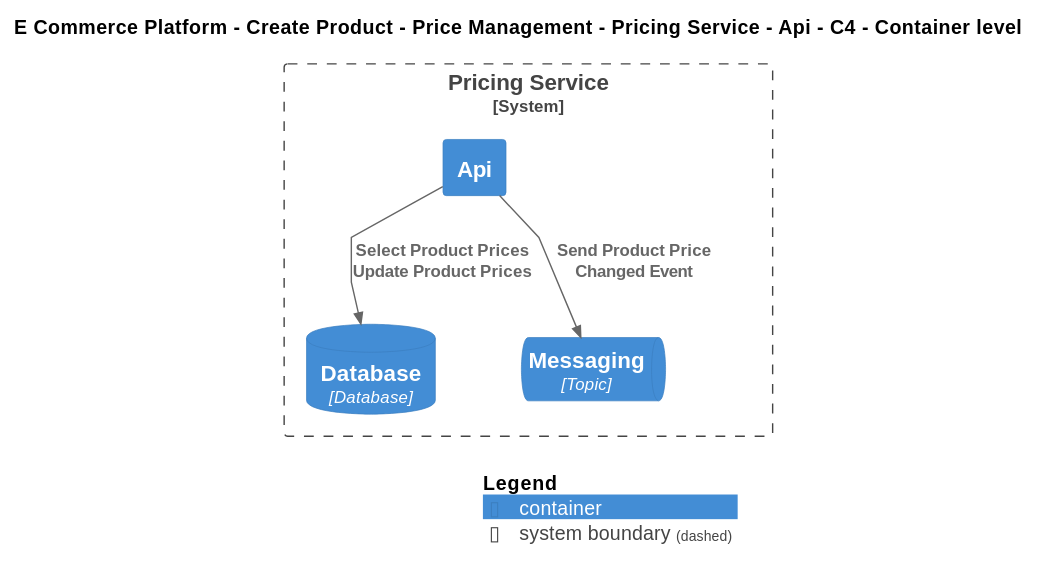
This is Samples/E-Commerce Platform/Yaml/Diagrams/E Commerce Platform/Create Product/Price Management/Software Systems/Pricing Service/Containers/Api/Container - C4.svg from mnadenysenko/C4InterFlow, a PlantUML export, as it was before one commit.
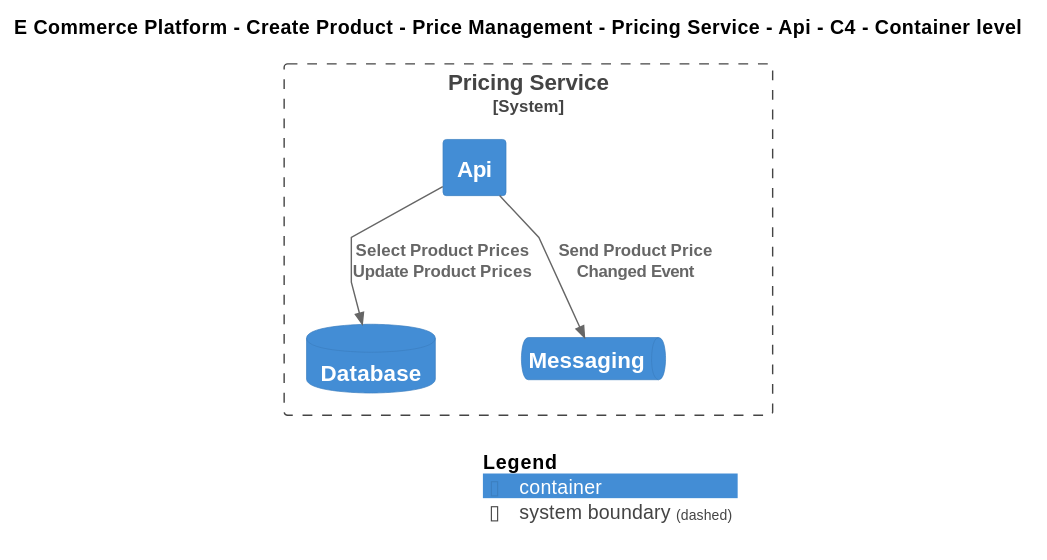
The same file after the commit.

What changed in the source:
```diff
@@ -19,8 +19,8 @@
 
 System_Boundary(ECommercePlatform.CreateProduct.PriceManagement.SoftwareSystems.PricingService, "Pricing Service") {
     Container(ECommercePlatform.CreateProduct.PriceManagement.SoftwareSystems.PricingService.Containers.Api, "Api", "", "")
-    ContainerDb(ECommercePlatform.CreateProduct.PriceManagement.SoftwareSystems.PricingService.Containers.Database, "Database", "Database", "")
-    ContainerQueue(ECommercePlatform.CreateProduct.PriceManagement.SoftwareSystems.PricingService.Containers.Messaging, "Messaging", "Topic", "")
+    ContainerDb(ECommercePlatform.CreateProduct.PriceManagement.SoftwareSystems.PricingService.Containers.Database, "Database", "", "")
+    ContainerQueue(ECommercePlatform.CreateProduct.PriceManagement.SoftwareSystems.PricingService.Containers.Messaging, "Messaging", "", "")
 }
 
 Rel(ECommercePlatform.CreateProduct.PriceManagement.SoftwareSystems.PricingService.Containers.Api, ECommercePlatform.CreateProduct.PriceManagement.SoftwareSystems.PricingService.Containers.Database, "Select Product Prices\nUpdate Product Prices")
```
